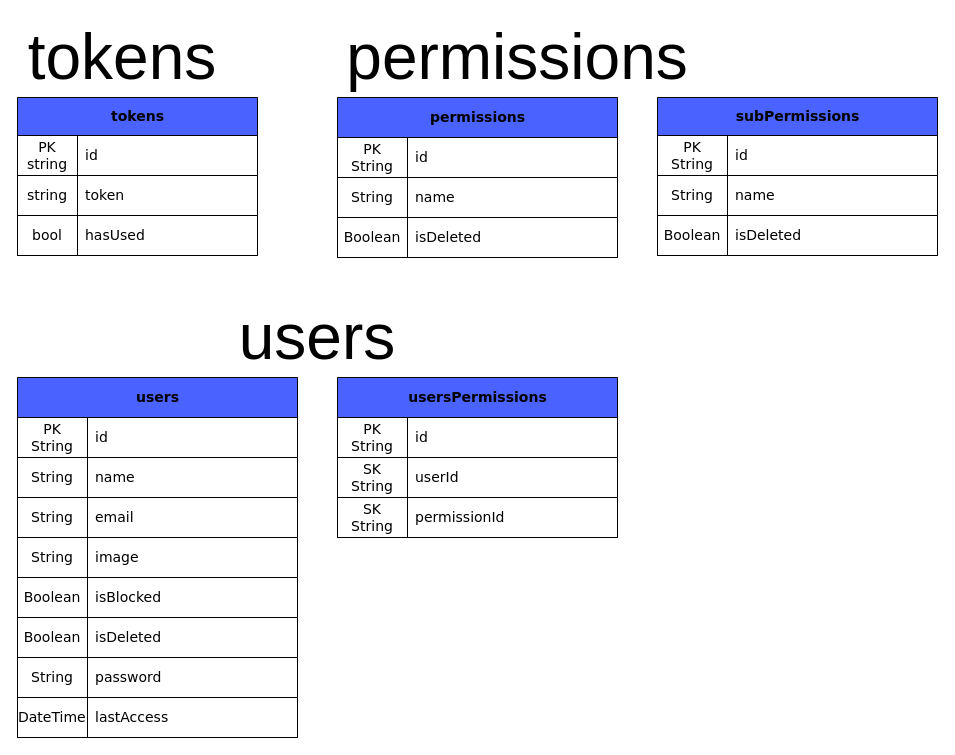
Earlier version of the draw.io diagram src/docs/db.drawio (carlospasqualidev/default-server). Source tidied: cells renumbered, new cells numbered last; positions are measured from the earlier drawing's top-left corner, leaving out a move shared by most shapes. Both pictures are drawn from the tidied source at 100%, with x=0, y=0 at pixel (17, 17).
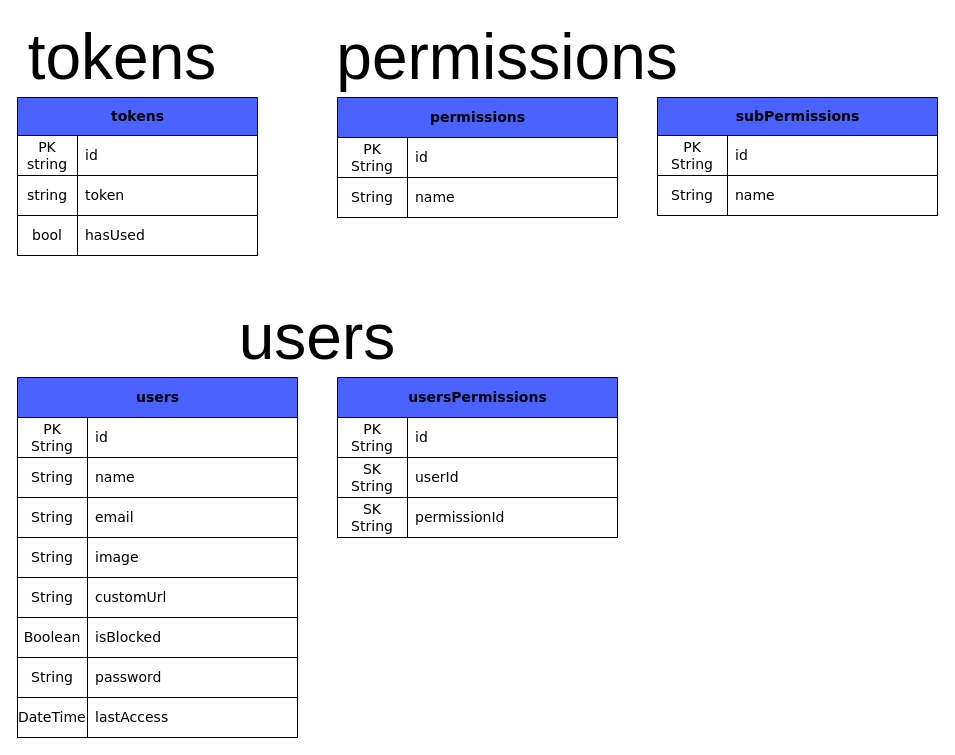
After the change.

Unchanged cells that the change refers to:
```xml
<mxCell id="14" value="users" style="shape=table;startSize=40;childLayout=tableLayout;rowLines=1;fontStyle=1;align=center;rounded=0;shadow=0;labelBackgroundColor=none;labelBorderColor=none;comic=0;sketch=0;fontFamily=Verdana;fontSize=14;fontColor=default;strokeColor=default;strokeWidth=1;fillColor=#4A62FF;gradientColor=none;html=1;" parent="1" vertex="1">
  <mxGeometry y="360" width="280" height="360" as="geometry" />
</mxCell>
```

What changed in the source:
```diff
@@
+    <mxCell id="71" style="shape=partialRectangle;html=1;whiteSpace=wrap;fillColor=none;top=0;left=0;bottom=1;right=0;rounded=0;shadow=0;labelBackgroundColor=none;labelBorderColor=none;comic=0;sketch=0;fontFamily=Verdana;fontSize=14;fontColor=default;startSize=26;strokeColor=default;strokeWidth=1;" parent="14" vertex="1">
+      <mxGeometry y="200" width="280" height="40" as="geometry" />
+    </mxCell>
+    <mxCell id="72" value="String" style="shape=partialRectangle;html=1;whiteSpace=wrap;fillColor=default;top=1;left=1;bottom=1;right=1;overflow=hidden;rounded=0;shadow=0;labelBackgroundColor=none;labelBorderColor=none;comic=0;sketch=0;fontFamily=Verdana;fontSize=14;fontColor=default;startSize=26;strokeColor=default;strokeWidth=1;align=center;" parent="71" vertex="1">
+      <mxGeometry width="70" height="40" as="geometry" />
+    </mxCell>
+    <mxCell id="73" value="customUrl" style="shape=partialRectangle;html=1;whiteSpace=wrap;fillColor=default;top=1;left=1;bottom=1;right=1;align=left;spacingLeft=6;overflow=hidden;rounded=0;shadow=0;labelBackgroundColor=none;labelBorderColor=none;comic=0;sketch=0;fontFamily=Verdana;fontSize=14;fontColor=default;startSize=26;strokeColor=default;strokeWidth=1;" parent="71" vertex="1">
+      <mxGeometry x="70" width="210" height="40" as="geometry" />
+    </mxCell>
     <mxCell id="27" style="shape=partialRectangle;html=1;whiteSpace=wrap;fillColor=none;top=0;left=0;bottom=1;right=0;rounded=0;shadow=0;labelBackgroundColor=none;labelBorderColor=none;comic=0;sketch=0;fontFamily=Verdana;fontSize=14;fontColor=default;startSize=26;strokeColor=default;strokeWidth=1;" parent="14" vertex="1">
-      <mxGeometry y="200" width="280" height="40" as="geometry" />
+      <mxGeometry y="240" width="280" height="40" as="geometry" />
     </mxCell>
@@
-    <mxCell id="30" style="shape=partialRectangle;html=1;whiteSpace=wrap;fillColor=none;top=0;left=0;bottom=1;right=0;rounded=0;shadow=0;labelBackgroundColor=none;labelBorderColor=none;comic=0;sketch=0;fontFamily=Verdana;fontSize=14;fontColor=default;startSize=26;strokeColor=default;strokeWidth=1;" parent="14" vertex="1">
-      <mxGeometry y="240" width="280" height="40" as="geometry" />
-    </mxCell>
-    <mxCell id="31" value="&lt;span&gt;Boolean&lt;/span&gt;" style="shape=partialRectangle;html=1;whiteSpace=wrap;fillColor=default;top=1;left=1;bottom=1;right=1;overflow=hidden;rounded=0;shadow=0;labelBackgroundColor=none;labelBorderColor=none;comic=0;sketch=0;fontFamily=Verdana;fontSize=14;fontColor=default;startSize=26;strokeColor=default;strokeWidth=1;align=center;" parent="30" vertex="1">
-      <mxGeometry width="70" height="40" as="geometry" />
-    </mxCell>
-    <mxCell id="32" value="isDeleted" style="shape=partialRectangle;html=1;whiteSpace=wrap;fillColor=default;top=1;left=1;bottom=1;right=1;align=left;spacingLeft=6;overflow=hidden;rounded=0;shadow=0;labelBackgroundColor=none;labelBorderColor=none;comic=0;sketch=0;fontFamily=Verdana;fontSize=14;fontColor=default;startSize=26;strokeColor=default;strokeWidth=1;" parent="30" vertex="1">
-      <mxGeometry x="70" width="210" height="40" as="geometry" />
-    </mxCell>
@@
-    <mxCell id="49" style="edgeStyle=none;html=1;" parent="1" edge="1" source="50" target="58">
+    <mxCell id="49" style="edgeStyle=none;html=1;" parent="1" edge="1" source="50">
       <mxGeometry relative="1" as="geometry" />
     </mxCell>
     <mxCell id="50" value="&lt;font style=&quot;font-size: 64px&quot;&gt;permissions&lt;/font&gt;" style="text;html=1;strokeColor=none;fillColor=none;align=center;verticalAlign=middle;whiteSpace=wrap;rounded=0;" parent="1" vertex="1">
-      <mxGeometry x="320" width="360" height="80" as="geometry" />
+      <mxGeometry x="320" width="340" height="80" as="geometry" />
     </mxCell>
     <mxCell id="51" value="permissions" style="shape=table;startSize=40;childLayout=tableLayout;rowLines=1;fontStyle=1;align=center;rounded=0;shadow=0;labelBackgroundColor=none;labelBorderColor=none;comic=0;sketch=0;fontFamily=Verdana;fontSize=14;fontColor=default;strokeColor=default;strokeWidth=1;fillColor=#4A62FF;gradientColor=none;html=1;" parent="1" vertex="1">
-      <mxGeometry x="320" y="80" width="280" height="160" as="geometry" />
+      <mxGeometry x="320" y="80" width="280" height="120" as="geometry" />
     </mxCell>
@@
-    <mxCell id="58" style="shape=partialRectangle;html=1;whiteSpace=wrap;fillColor=none;top=0;left=0;bottom=1;right=0;points=[[0,0.5],[1,0.5]];portConstraint=eastwest;rounded=0;shadow=0;labelBackgroundColor=none;labelBorderColor=none;comic=0;sketch=0;fontFamily=Verdana;fontSize=14;fontColor=default;startSize=26;strokeColor=default;strokeWidth=1;" parent="51" vertex="1">
-      <mxGeometry y="120" width="280" height="40" as="geometry" />
-    </mxCell>
-    <mxCell id="59" value="Boolean" style="shape=partialRectangle;html=1;whiteSpace=wrap;fillColor=default;top=1;left=1;bottom=1;right=1;overflow=hidden;rounded=0;shadow=0;labelBackgroundColor=none;labelBorderColor=none;comic=0;sketch=0;fontFamily=Verdana;fontSize=14;fontColor=default;startSize=26;strokeColor=default;strokeWidth=1;align=center;" parent="58" vertex="1">
-      <mxGeometry width="70" height="40" as="geometry" />
-    </mxCell>
-    <mxCell id="60" value="isDeleted" style="shape=partialRectangle;html=1;whiteSpace=wrap;fillColor=default;top=1;left=1;bottom=1;right=1;align=left;spacingLeft=6;overflow=hidden;rounded=0;shadow=0;labelBackgroundColor=none;labelBorderColor=none;comic=0;sketch=0;fontFamily=Verdana;fontSize=14;fontColor=default;startSize=26;strokeColor=default;strokeWidth=1;" parent="58" vertex="1">
-      <mxGeometry x="70" width="210" height="40" as="geometry" />
-    </mxCell>
     <mxCell id="61" value="subPermissions" style="shape=table;startSize=38;childLayout=tableLayout;rowLines=1;fontStyle=1;align=center;rounded=0;shadow=0;labelBackgroundColor=none;labelBorderColor=none;comic=0;sketch=0;fontFamily=Verdana;fontSize=14;fontColor=default;strokeColor=default;strokeWidth=1;fillColor=#4A62FF;gradientColor=none;html=1;" parent="1" vertex="1">
-      <mxGeometry x="640" y="80" width="280" height="158" as="geometry" />
+      <mxGeometry x="640" y="80" width="280" height="118" as="geometry" />
     </mxCell>
@@
-    <mxCell id="68" style="shape=partialRectangle;html=1;whiteSpace=wrap;fillColor=none;top=0;left=0;bottom=1;right=0;rounded=0;shadow=0;labelBackgroundColor=none;labelBorderColor=none;comic=0;sketch=0;fontFamily=Verdana;fontSize=14;fontColor=default;startSize=26;strokeColor=default;strokeWidth=1;" parent="61" vertex="1">
-      <mxGeometry y="118" width="280" height="40" as="geometry" />
-    </mxCell>
-    <mxCell id="69" value="Boolean" style="shape=partialRectangle;html=1;whiteSpace=wrap;fillColor=default;top=1;left=1;bottom=1;right=1;overflow=hidden;rounded=0;shadow=0;labelBackgroundColor=none;labelBorderColor=none;comic=0;sketch=0;fontFamily=Verdana;fontSize=14;fontColor=default;startSize=26;strokeColor=default;strokeWidth=1;align=center;" parent="68" vertex="1">
-      <mxGeometry width="70" height="40" as="geometry" />
-    </mxCell>
-    <mxCell id="70" value="isDeleted" style="shape=partialRectangle;html=1;whiteSpace=wrap;fillColor=default;top=1;left=1;bottom=1;right=1;align=left;spacingLeft=6;overflow=hidden;rounded=0;shadow=0;labelBackgroundColor=none;labelBorderColor=none;comic=0;sketch=0;fontFamily=Verdana;fontSize=14;fontColor=default;startSize=26;strokeColor=default;strokeWidth=1;" parent="68" vertex="1">
-      <mxGeometry x="70" width="210" height="40" as="geometry" />
-    </mxCell>
```
